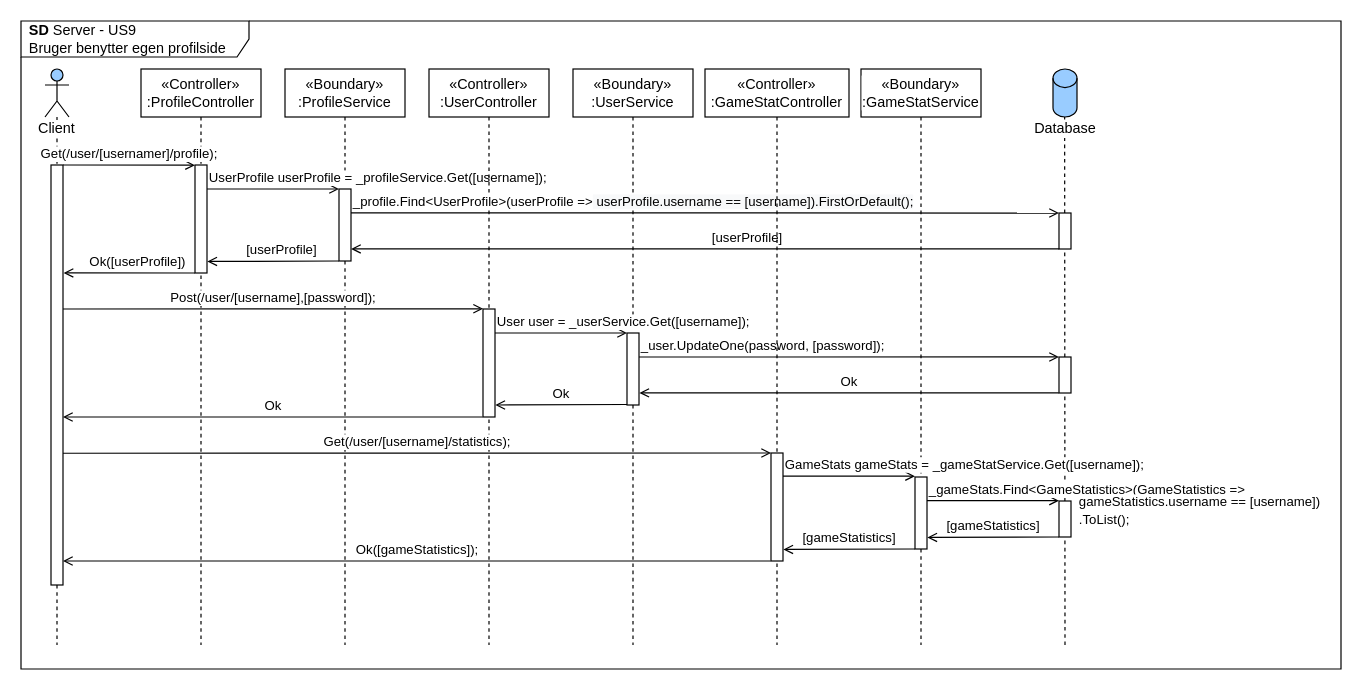
Earlier version of the draw.io diagram page "SD-Server" (2 of 2) of diagrams/arkitektur/US9_profile.drawio (Macradon/I7BAC-PlugNPlay). Source tidied: cells renumbered, new cells numbered last; positions are measured from the earlier drawing's top-left corner, leaving out a move shared by most shapes. Both pictures are drawn from the tidied source at 120%, with x=0, y=0 at pixel (20, 20).
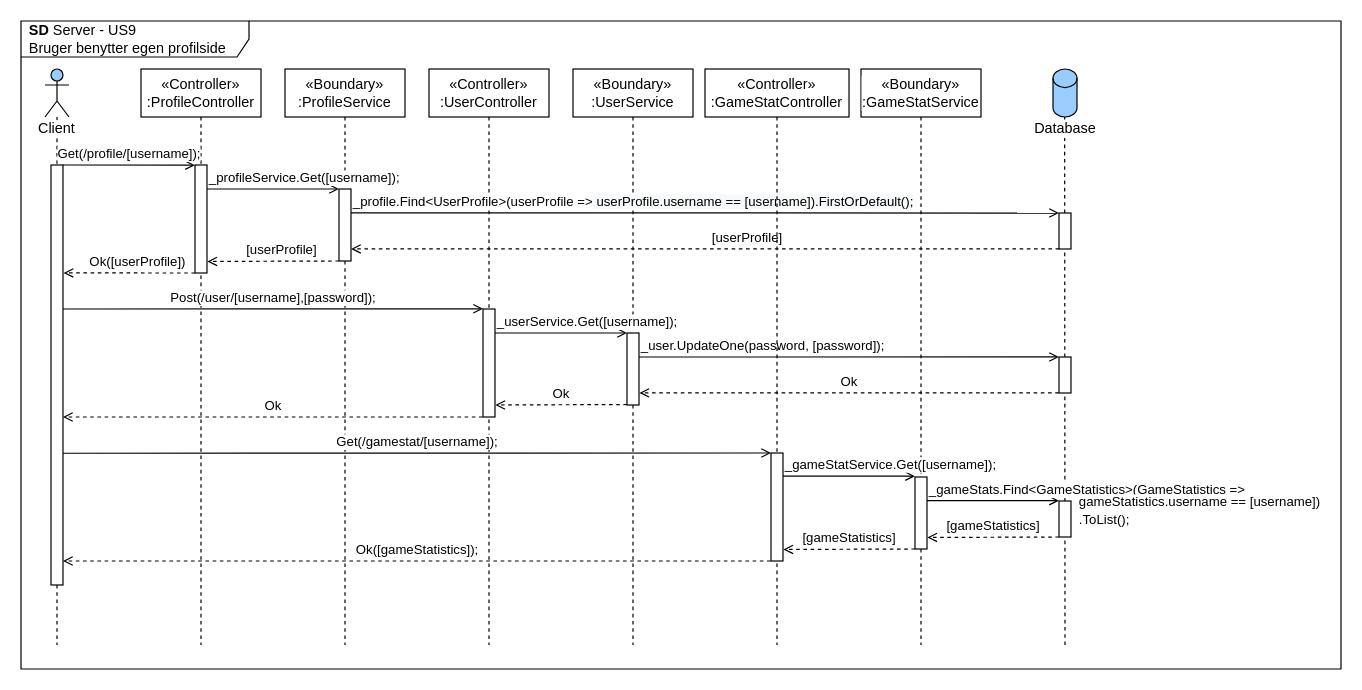
Above is the later version.

Unchanged cells that the change refers to:
```xml
<mxCell id="8" style="html=1;points=[];perimeter=orthogonalPerimeter;labelBackgroundColor=#ffffff;" parent="1" vertex="1">
  <mxGeometry x="865" y="160" width="10" height="30" as="geometry" />
</mxCell>
<mxCell id="9" style="html=1;points=[];perimeter=orthogonalPerimeter;labelBackgroundColor=#ffffff;" parent="1" vertex="1">
  <mxGeometry x="25" y="120" width="10" height="350" as="geometry" />
</mxCell>
<mxCell id="10" style="html=1;points=[];perimeter=orthogonalPerimeter;labelBackgroundColor=#ffffff;" parent="1" vertex="1">
  <mxGeometry x="145" y="120" width="10" height="90" as="geometry" />
</mxCell>
<mxCell id="11" style="html=1;points=[];perimeter=orthogonalPerimeter;labelBackgroundColor=#ffffff;" parent="1" vertex="1">
  <mxGeometry x="265" y="140" width="10" height="60" as="geometry" />
</mxCell>
<mxCell id="28" style="html=1;points=[];perimeter=orthogonalPerimeter;labelBackgroundColor=#ffffff;" parent="1" vertex="1">
  <mxGeometry x="865" y="280" width="10" height="30" as="geometry" />
</mxCell>
<mxCell id="39" style="html=1;points=[];perimeter=orthogonalPerimeter;labelBackgroundColor=#ffffff;" parent="1" vertex="1">
  <mxGeometry x="625" y="360" width="10" height="90" as="geometry" />
</mxCell>
```

What changed in the source:
```diff
@@
-    <mxCell id="12" value="&lt;span&gt;UserProfile userProfile = _profileService.Get([username]);&lt;/span&gt;" style="html=1;verticalAlign=bottom;endArrow=open;fontColor=#000000;endFill=0;align=left;entryX=-0.003;entryY=0;entryDx=0;entryDy=0;entryPerimeter=0;" parent="1" edge="1" target="11">
+    <mxCell id="12" value="&lt;span&gt;_profileService.Get([username]);&lt;/span&gt;" style="html=1;verticalAlign=bottom;endArrow=open;fontColor=#000000;endFill=0;align=left;entryX=-0.003;entryY=0;entryDx=0;entryDy=0;entryPerimeter=0;" parent="1" edge="1" target="11">
       <mxGeometry x="-1" relative="1" as="geometry">
         <mxPoint x="155" y="140" as="sourcePoint" />
       </mxGeometry>
     </mxCell>
-    <mxCell id="13" value="&lt;span&gt;[userProfile]&lt;/span&gt;" style="html=1;verticalAlign=bottom;endArrow=open;fontColor=#000000;endFill=0;align=center;entryX=1.004;entryY=0.832;entryDx=0;entryDy=0;entryPerimeter=0;exitX=0.019;exitY=0.997;exitDx=0;exitDy=0;exitPerimeter=0;" parent="1" edge="1" source="8" target="11">
+    <mxCell id="13" value="&lt;span&gt;[userProfile]&lt;/span&gt;" style="html=1;verticalAlign=bottom;endArrow=open;fontColor=#000000;endFill=0;align=center;entryX=1.004;entryY=0.832;entryDx=0;entryDy=0;entryPerimeter=0;exitX=0.019;exitY=0.997;exitDx=0;exitDy=0;exitPerimeter=0;dashed=1;" parent="1" edge="1" source="8" target="11">
       <mxGeometry x="-0.12" relative="1" as="geometry" />
     </mxCell>
-    <mxCell id="14" value="&lt;span&gt;[userProfile]&lt;/span&gt;" style="html=1;verticalAlign=bottom;endArrow=open;fontColor=#000000;endFill=0;align=center;entryX=1.027;entryY=0.893;entryDx=0;entryDy=0;entryPerimeter=0;" parent="1" edge="1" target="10">
+    <mxCell id="14" value="&lt;span&gt;[userProfile]&lt;/span&gt;" style="html=1;verticalAlign=bottom;endArrow=open;fontColor=#000000;endFill=0;align=center;entryX=1.027;entryY=0.893;entryDx=0;entryDy=0;entryPerimeter=0;dashed=1;" parent="1" edge="1" target="10">
       <mxGeometry x="-0.12" relative="1" as="geometry">
         <mxPoint x="265" y="200" as="sourcePoint" />
       </mxGeometry>
     </mxCell>
-    <mxCell id="15" value="&lt;span&gt;Ok([userProfile])&lt;/span&gt;" style="html=1;verticalAlign=bottom;endArrow=open;fontColor=#000000;endFill=0;align=center;entryX=1.051;entryY=0.257;entryDx=0;entryDy=0;entryPerimeter=0;" parent="1" edge="1" target="9">
+    <mxCell id="15" value="&lt;span&gt;Ok([userProfile])&lt;/span&gt;" style="html=1;verticalAlign=bottom;endArrow=open;fontColor=#000000;endFill=0;align=center;entryX=1.051;entryY=0.257;entryDx=0;entryDy=0;entryPerimeter=0;dashed=1;" parent="1" edge="1" target="9">
       <mxGeometry x="-0.12" relative="1" as="geometry">
         <mxPoint x="145" y="210" as="sourcePoint" />
       </mxGeometry>
     </mxCell>
-    <mxCell id="16" value="&lt;span style=&quot;text-align: left&quot;&gt;Get(/user/[usernamer]/profile);&lt;/span&gt;" style="html=1;verticalAlign=bottom;endArrow=open;fontColor=#000000;endFill=0;entryX=-0.003;entryY=0.002;entryDx=0;entryDy=0;entryPerimeter=0;" parent="1" edge="1" target="10">
+    <mxCell id="16" value="&lt;span style=&quot;text-align: left&quot;&gt;Get(/profile/[username]);&lt;/span&gt;" style="html=1;verticalAlign=bottom;endArrow=open;fontColor=#000000;endFill=0;entryX=-0.003;entryY=0.002;entryDx=0;entryDy=0;entryPerimeter=0;" parent="1" edge="1" target="10">
       <mxGeometry relative="1" as="geometry">
         <mxPoint x="35" y="120" as="sourcePoint" />
       </mxGeometry>
     </mxCell>
@@
-    <mxCell id="21" value="&lt;span&gt;User user = _userService.Get([username]);&lt;/span&gt;" style="html=1;verticalAlign=bottom;endArrow=open;fontColor=#000000;endFill=0;align=left;entryX=-0.003;entryY=0;entryDx=0;entryDy=0;entryPerimeter=0;" parent="1" edge="1">
+    <mxCell id="21" value="&lt;span&gt;_userService.Get([username]);&lt;/span&gt;" style="html=1;verticalAlign=bottom;endArrow=open;fontColor=#000000;endFill=0;align=left;entryX=-0.003;entryY=0;entryDx=0;entryDy=0;entryPerimeter=0;" parent="1" edge="1">
       <mxGeometry x="-1" relative="1" as="geometry">
         <mxPoint x="395" y="260" as="sourcePoint" />
         <mxPoint x="505" y="260" as="targetPoint" />
       </mxGeometry>
     </mxCell>
@@
-    <mxCell id="23" value="&lt;span&gt;Ok&lt;/span&gt;" style="html=1;verticalAlign=bottom;endArrow=open;fontColor=#000000;endFill=0;align=center;entryX=1.027;entryY=0.893;entryDx=0;entryDy=0;entryPerimeter=0;exitX=-0.015;exitY=0.997;exitDx=0;exitDy=0;exitPerimeter=0;" parent="1" edge="1" source="28">
+    <mxCell id="23" value="&lt;span&gt;Ok&lt;/span&gt;" style="html=1;verticalAlign=bottom;endArrow=open;fontColor=#000000;endFill=0;align=center;entryX=1.027;entryY=0.893;entryDx=0;entryDy=0;entryPerimeter=0;exitX=-0.015;exitY=0.997;exitDx=0;exitDy=0;exitPerimeter=0;dashed=1;" parent="1" edge="1" source="28">
       <mxGeometry relative="1" as="geometry">
         <mxPoint x="515.3" y="309.9" as="targetPoint" />
       </mxGeometry>
     </mxCell>
-    <mxCell id="24" value="&lt;span&gt;Ok&lt;/span&gt;" style="html=1;verticalAlign=bottom;endArrow=open;fontColor=#000000;endFill=0;align=center;entryX=1.027;entryY=0.893;entryDx=0;entryDy=0;entryPerimeter=0;" parent="1" edge="1">
+    <mxCell id="24" value="&lt;span&gt;Ok&lt;/span&gt;" style="html=1;verticalAlign=bottom;endArrow=open;fontColor=#000000;endFill=0;align=center;entryX=1.027;entryY=0.893;entryDx=0;entryDy=0;entryPerimeter=0;dashed=1;" parent="1" edge="1">
       <mxGeometry relative="1" as="geometry">
         <mxPoint x="505" y="319.6" as="sourcePoint" />
         <mxPoint x="395.3" y="320" as="targetPoint" />
       </mxGeometry>
     </mxCell>
-    <mxCell id="25" value="&lt;span&gt;Ok&lt;/span&gt;" style="html=1;verticalAlign=bottom;endArrow=open;fontColor=#000000;endFill=0;align=center;" parent="1" edge="1" target="9">
+    <mxCell id="25" value="&lt;span&gt;Ok&lt;/span&gt;" style="html=1;verticalAlign=bottom;endArrow=open;fontColor=#000000;endFill=0;align=center;dashed=1;" parent="1" edge="1" target="9">
       <mxGeometry relative="1" as="geometry">
         <mxPoint x="384.7" y="330" as="sourcePoint" />
       </mxGeometry>
     </mxCell>
@@
-    <mxCell id="31" value="&lt;div style=&quot;text-align: left&quot;&gt;Get(/user/[username]/statistics);&lt;/div&gt;" style="html=1;verticalAlign=bottom;endArrow=open;fontColor=#000000;endFill=0;entryX=0.003;entryY=0;entryDx=0;entryDy=0;entryPerimeter=0;" parent="1" edge="1" target="39">
+    <mxCell id="31" value="&lt;div style=&quot;text-align: left&quot;&gt;Get(/gamestat/[username]);&lt;/div&gt;" style="html=1;verticalAlign=bottom;endArrow=open;fontColor=#000000;endFill=0;entryX=0.003;entryY=0;entryDx=0;entryDy=0;entryPerimeter=0;" parent="1" edge="1" target="39">
       <mxGeometry relative="1" as="geometry">
         <mxPoint x="35" y="360.2" as="sourcePoint" />
       </mxGeometry>
     </mxCell>
-    <mxCell id="32" value="&lt;span&gt;GameStats gameStats = _gameStatService.Get([username]);&lt;/span&gt;" style="html=1;verticalAlign=bottom;endArrow=open;fontColor=#000000;endFill=0;align=left;entryX=-0.003;entryY=0;entryDx=0;entryDy=0;entryPerimeter=0;" parent="1" edge="1">
+    <mxCell id="32" value="&lt;span&gt;_gameStatService.Get([username]);&lt;/span&gt;" style="html=1;verticalAlign=bottom;endArrow=open;fontColor=#000000;endFill=0;align=left;entryX=-0.003;entryY=0;entryDx=0;entryDy=0;entryPerimeter=0;" parent="1" edge="1">
       <mxGeometry x="-1" relative="1" as="geometry">
         <mxPoint x="635" y="379.3" as="sourcePoint" />
         <mxPoint x="745" y="379.3" as="targetPoint" />
       </mxGeometry>
     </mxCell>
@@
-    <mxCell id="36" value="&lt;span&gt;[gameStatistics]&lt;/span&gt;" style="html=1;verticalAlign=bottom;endArrow=open;fontColor=#000000;endFill=0;align=center;entryX=1.027;entryY=0.893;entryDx=0;entryDy=0;entryPerimeter=0;" parent="1" edge="1">
+    <mxCell id="36" value="&lt;span&gt;[gameStatistics]&lt;/span&gt;" style="html=1;verticalAlign=bottom;endArrow=open;fontColor=#000000;endFill=0;align=center;entryX=1.027;entryY=0.893;entryDx=0;entryDy=0;entryPerimeter=0;dashed=1;" parent="1" edge="1">
       <mxGeometry relative="1" as="geometry">
         <mxPoint x="865" y="430" as="sourcePoint" />
         <mxPoint x="755.3" y="430.4" as="targetPoint" />
       </mxGeometry>
     </mxCell>
-    <mxCell id="37" value="&lt;span&gt;[gameStatistics]&lt;/span&gt;" style="html=1;verticalAlign=bottom;endArrow=open;fontColor=#000000;endFill=0;align=center;entryX=1.027;entryY=0.893;entryDx=0;entryDy=0;entryPerimeter=0;" parent="1" edge="1">
+    <mxCell id="37" value="&lt;span&gt;[gameStatistics]&lt;/span&gt;" style="html=1;verticalAlign=bottom;endArrow=open;fontColor=#000000;endFill=0;align=center;entryX=1.027;entryY=0.893;entryDx=0;entryDy=0;entryPerimeter=0;dashed=1;" parent="1" edge="1">
       <mxGeometry relative="1" as="geometry">
         <mxPoint x="745" y="440" as="sourcePoint" />
         <mxPoint x="635.3" y="440.4" as="targetPoint" />
       </mxGeometry>
     </mxCell>
-    <mxCell id="38" value="&lt;span&gt;Ok([gameStatistics]);&lt;/span&gt;" style="html=1;verticalAlign=bottom;endArrow=open;fontColor=#000000;endFill=0;align=center;" parent="1" edge="1" target="9">
+    <mxCell id="38" value="&lt;span&gt;Ok([gameStatistics]);&lt;/span&gt;" style="html=1;verticalAlign=bottom;endArrow=open;fontColor=#000000;endFill=0;align=center;dashed=1;" parent="1" edge="1" target="9">
       <mxGeometry relative="1" as="geometry">
         <mxPoint x="624.7" y="450" as="sourcePoint" />
       </mxGeometry>
     </mxCell>
```
